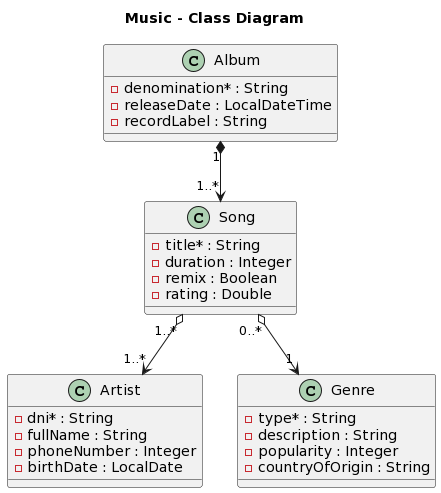
Above: docs/music.models.png in wzzzzwwzw/apaw-practice (PlantUML), before the change.
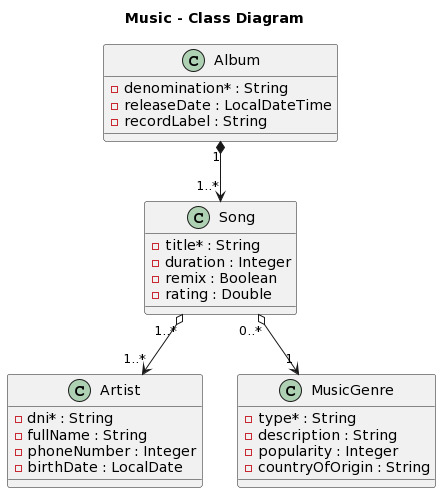
After the commit.

Change to the diagram source:
```diff
@@ -27,7 +27,7 @@
 
 }
 
-class Genre {
+class MusicGenre {
 
   - type* : String
   - description : String
@@ -42,5 +42,5 @@
 
 Song "1..*" o--> "1..*" Artist
 
-Song  "0..*" o--> "1" Genre
+Song  "0..*" o--> "1" MusicGenre
 @enduml
```
